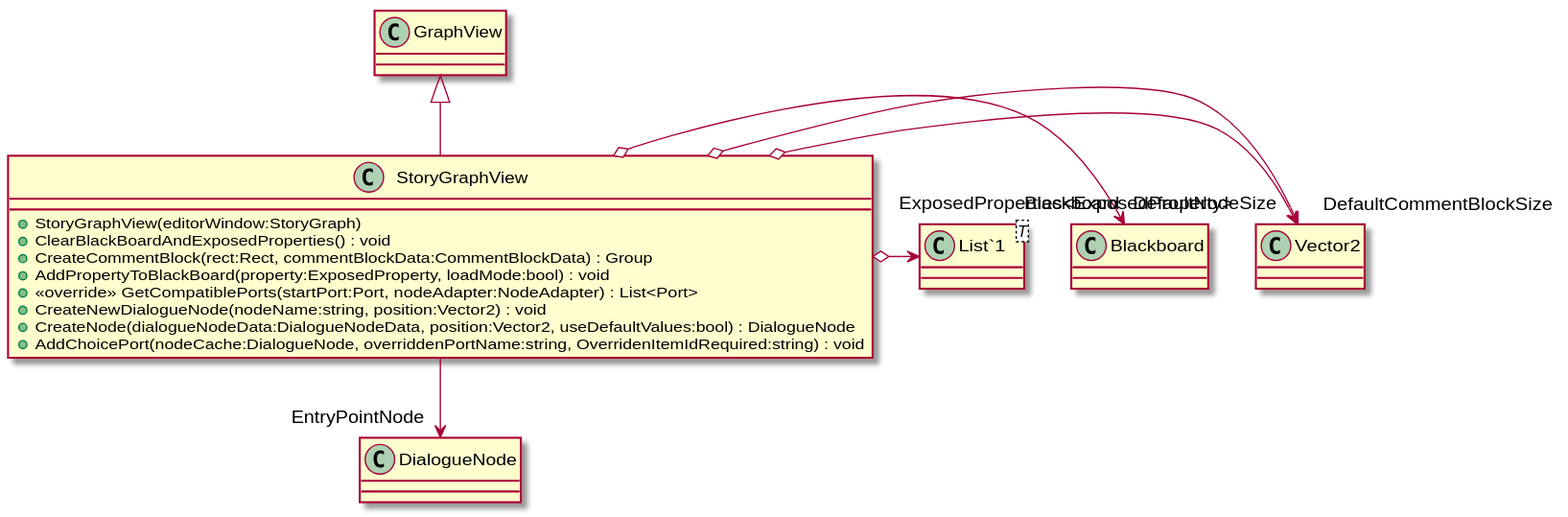
This is UML/Dialogue/Editor/Graph/StoryGraphView.svg from robinsuurs/Mallow_Mysterie, a PlantUML export, as it was before one commit.
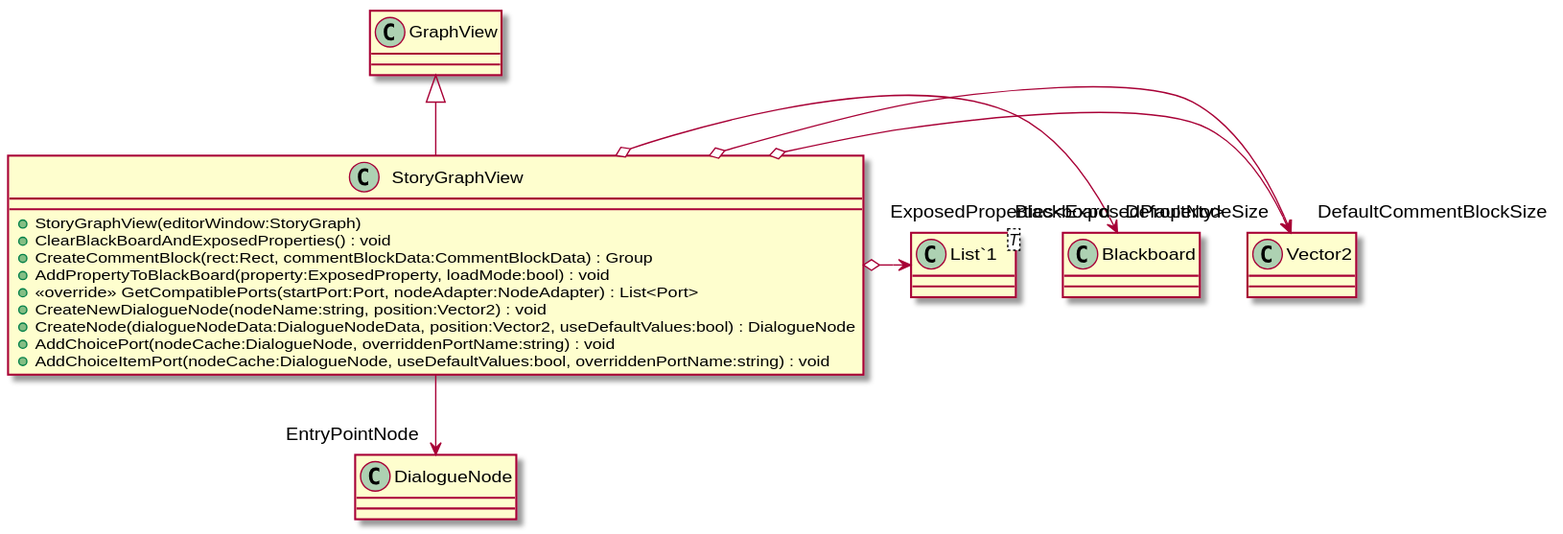
Later version of the same file.

Change to the diagram source:
```diff
@@ -7,7 +7,8 @@
     + <<override>> GetCompatiblePorts(startPort:Port, nodeAdapter:NodeAdapter) : List<Port>
     + CreateNewDialogueNode(nodeName:string, position:Vector2) : void
     + CreateNode(dialogueNodeData:DialogueNodeData, position:Vector2, useDefaultValues:bool) : DialogueNode
-    + AddChoicePort(nodeCache:DialogueNode, overriddenPortName:string, OverridenItemIdRequired:string) : void
+    + AddChoicePort(nodeCache:DialogueNode, overriddenPortName:string) : void
+    + AddChoiceItemPort(nodeCache:DialogueNode, useDefaultValues:bool, overriddenPortName:string) : void
 }
 class "List`1"<T> {
 }
```
